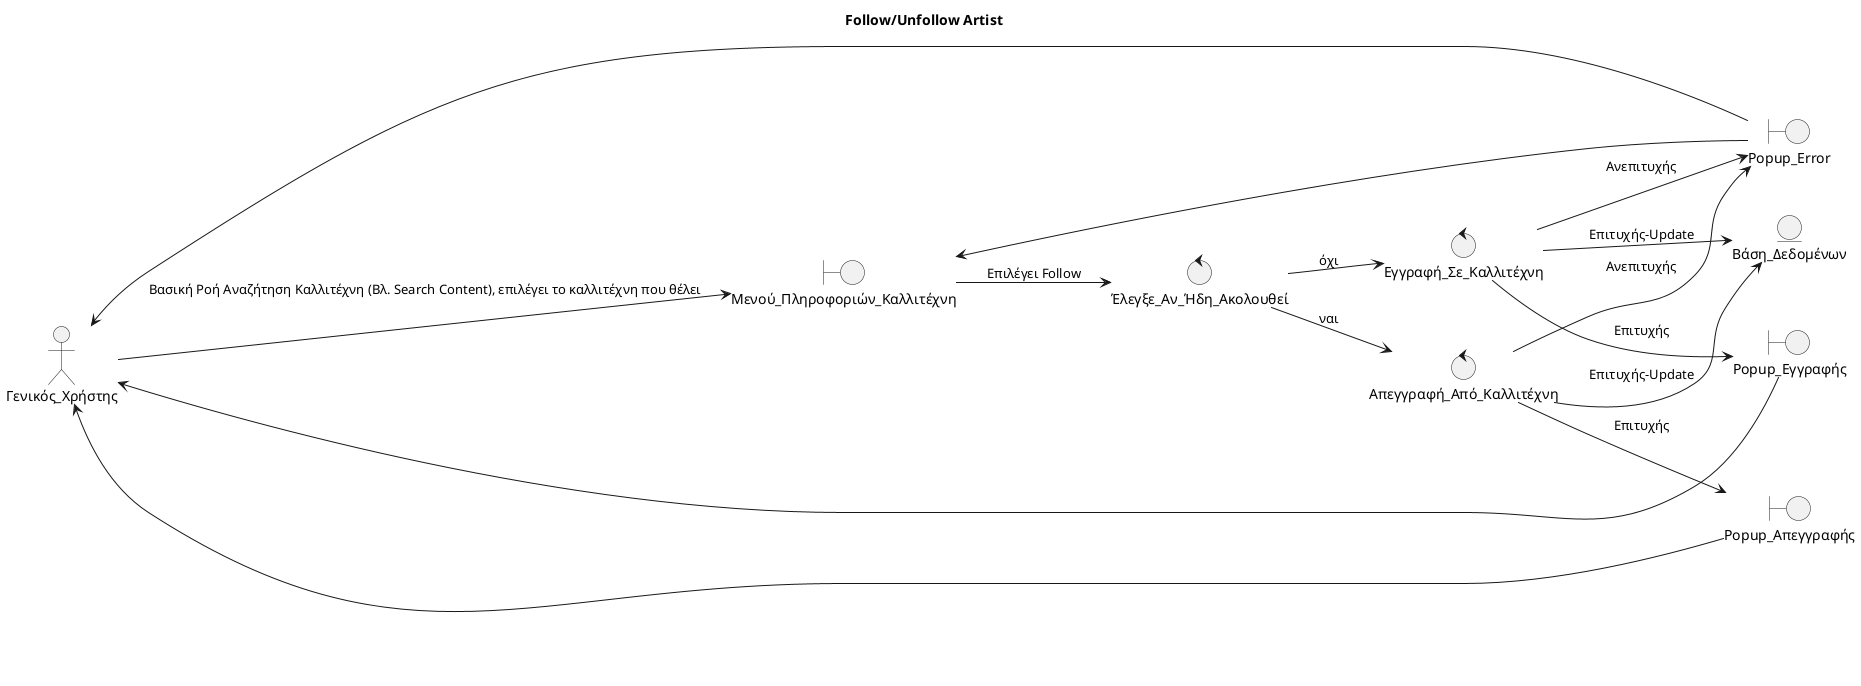
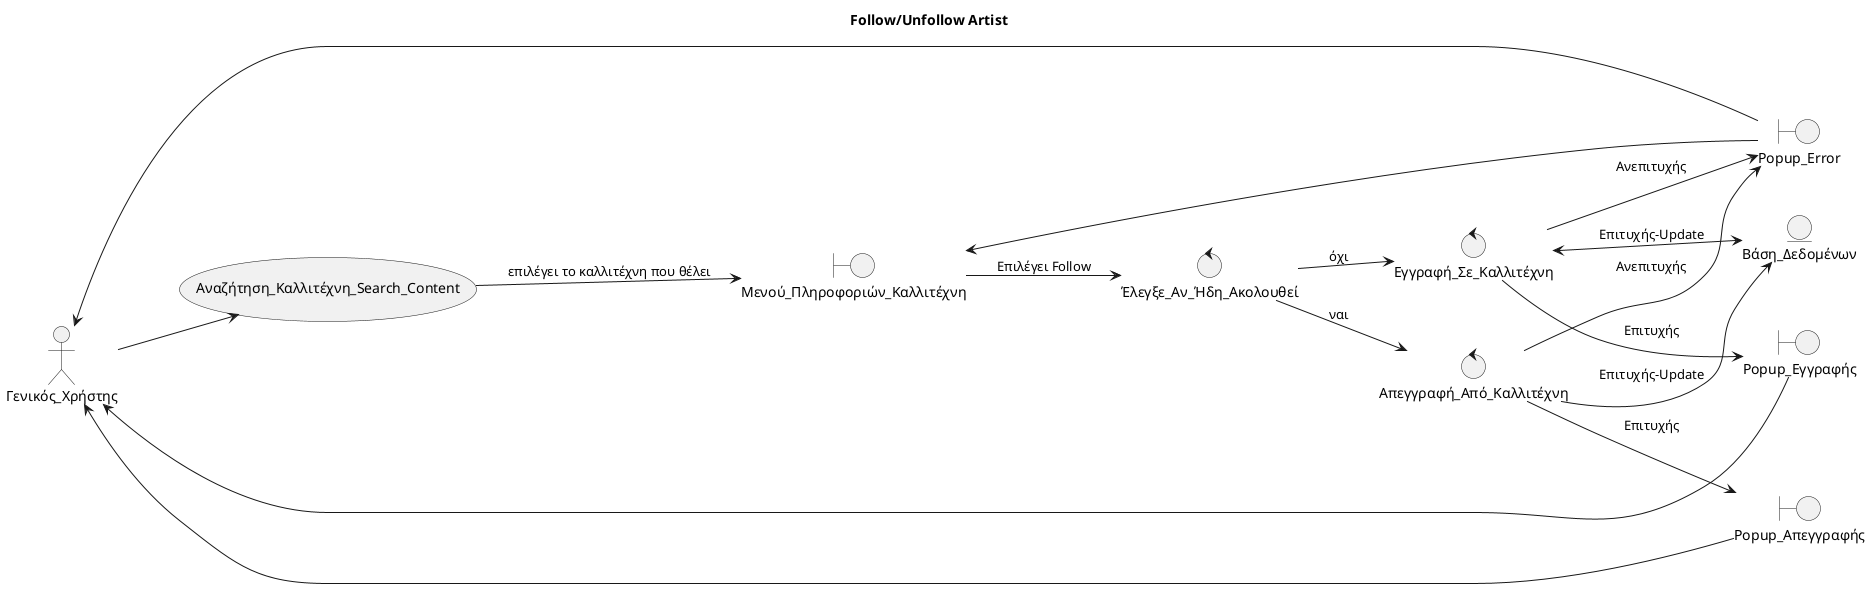
@startuml

title Follow/Unfollow Artist

left to right direction

skinparam shadowing false
skinparam roundcorner 10

' =====================================================
' ACTORS
' =====================================================

actor Γενικός_Χρήστης

' =====================================================
' BOUNDARY OBJECTS
' =====================================================

boundary Μενού_Πληροφοριών_Καλλιτέχνη
boundary Popup_Error
boundary Popup_Απεγγραφής
boundary Popup_Εγγραφής

' =====================================================
' CONTROL OBJECTS
' =====================================================

control Έλεγξε_Αν_Ήδη_Ακολουθεί
control Απεγγραφή_Από_Καλλιτέχνη
control Εγγραφή_Σε_Καλλιτέχνη

' =====================================================
' ENTITY OBJECTS
' =====================================================

entity Βάση_Δεδομένων

' =====================================================
+ ' USE CASES
+ ' =====================================================
+ 
+ usecase Αναζήτηση_Καλλιτέχνη_Search_Content
+ 
+ 
+ ' =====================================================
' INTERACTIONS
' =====================================================

- Γενικός_Χρήστης --> Μενού_Πληροφοριών_Καλλιτέχνη: Βασική Ροή Αναζήτηση Καλλιτέχνη (Βλ. Search Content), επιλέγει το καλλιτέχνη που θέλει
+ Γενικός_Χρήστης --> Αναζήτηση_Καλλιτέχνη_Search_Content
+ Αναζήτηση_Καλλιτέχνη_Search_Content --> Μενού_Πληροφοριών_Καλλιτέχνη: επιλέγει το καλλιτέχνη που θέλει
Μενού_Πληροφοριών_Καλλιτέχνη --> Έλεγξε_Αν_Ήδη_Ακολουθεί : Επιλέγει Follow
Έλεγξε_Αν_Ήδη_Ακολουθεί --> Απεγγραφή_Από_Καλλιτέχνη : ναι
Έλεγξε_Αν_Ήδη_Ακολουθεί --> Εγγραφή_Σε_Καλλιτέχνη : όχι
Απεγγραφή_Από_Καλλιτέχνη --> Βάση_Δεδομένων : Επιτυχής-Update
- Εγγραφή_Σε_Καλλιτέχνη --> Βάση_Δεδομένων : Επιτυχής-Update
+ Εγγραφή_Σε_Καλλιτέχνη <--> Βάση_Δεδομένων : Επιτυχής-Update
Εγγραφή_Σε_Καλλιτέχνη --> Popup_Εγγραφής : Επιτυχής
Απεγγραφή_Από_Καλλιτέχνη --> Popup_Απεγγραφής : Επιτυχής
Εγγραφή_Σε_Καλλιτέχνη --> Popup_Error : Ανεπιτυχής
Απεγγραφή_Από_Καλλιτέχνη --> Popup_Error : Ανεπιτυχής
Popup_Error --> Γενικός_Χρήστης
Popup_Error --> Μενού_Πληροφοριών_Καλλιτέχνη
Popup_Απεγγραφής --> Γενικός_Χρήστης
Popup_Εγγραφής --> Γενικός_Χρήστης

@enduml